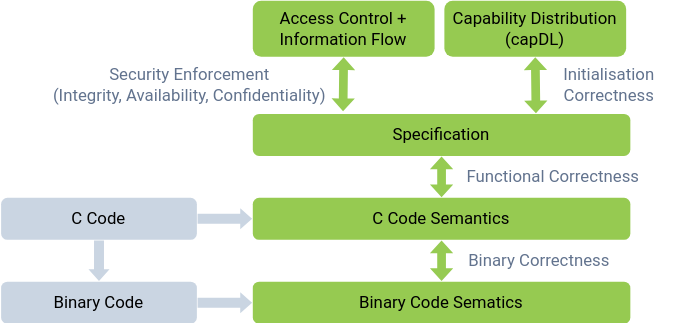
Earlier version of the draw.io export images/tries-shutterstock/proof-stack.drawio.svg (lsf37/website). Source tidied: cells renumbered, new cells last; positions are measured from the earlier drawing's top-left corner, leaving out a move shared by most shapes.
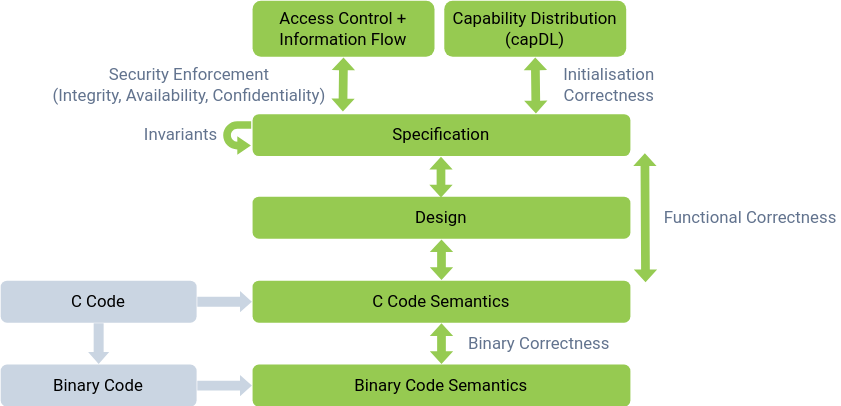
After the change.

Commit message:
proof stack diagram: fix typo and add invs and design

Diff of the diagram source:
```diff
@@ -2,11 +2,11 @@
   <root>
     <mxCell id="0" />
     <mxCell id="1" parent="0" />
-    <mxCell id="2" value="Binary Code Sematics" style="rounded=1;whiteSpace=wrap;html=1;fillColor=light-dark(#96ca51, #5c8c24);strokeColor=none;fontFamily=roboto;" parent="1" vertex="1">
-      <mxGeometry x="180" y="201" width="270" height="30" as="geometry" />
+    <mxCell id="2" value="Binary Code Semantics" style="rounded=1;whiteSpace=wrap;html=1;fillColor=light-dark(#96ca51, #5c8c24);strokeColor=none;fontFamily=roboto;" parent="1" vertex="1">
+      <mxGeometry x="180" y="260" width="270" height="30" as="geometry" />
     </mxCell>
     <mxCell id="3" value="C Code Semantics" style="rounded=1;whiteSpace=wrap;html=1;fillColor=light-dark(#96ca51, #5c8c24);strokeColor=none;fontFamily=roboto;" parent="1" vertex="1">
-      <mxGeometry x="180" y="141" width="270" height="30" as="geometry" />
+      <mxGeometry x="180" y="200" width="270" height="30" as="geometry" />
     </mxCell>
     <mxCell id="4" value="Specification" style="rounded=1;whiteSpace=wrap;html=1;fillColor=light-dark(#96ca51, #5c8c24);strokeColor=none;fontFamily=roboto;" parent="1" vertex="1">
       <mxGeometry x="180" y="81" width="270" height="30" as="geometry" />
@@ -18,16 +18,16 @@
       <mxGeometry x="317" width="130" height="40" as="geometry" />
     </mxCell>
     <mxCell id="7" value="Binary Code" style="rounded=1;whiteSpace=wrap;html=1;fontFamily=roboto;fillColor=light-dark(#CAD5E2,#90A2B9);strokeColor=none;fontColor=light-dark(#000000,#000000);" parent="1" vertex="1">
-      <mxGeometry y="201" width="140" height="30" as="geometry" />
+      <mxGeometry y="260" width="140" height="30" as="geometry" />
     </mxCell>
     <mxCell id="8" value="C Code" style="rounded=1;whiteSpace=wrap;html=1;fontFamily=roboto;fillColor=light-dark(#CAD5E2,#90A2B9);strokeColor=none;fontColor=light-dark(#000000,#000000);" parent="1" vertex="1">
-      <mxGeometry y="141" width="140" height="30" as="geometry" />
+      <mxGeometry y="200" width="140" height="30" as="geometry" />
     </mxCell>
     <mxCell id="9" value="Binary Correctness" style="text;html=1;align=center;verticalAlign=middle;whiteSpace=wrap;rounded=0;fontFamily=roboto;fontColor=light-dark(#62738e, #ededed);" parent="1" vertex="1">
-      <mxGeometry x="330" y="176" width="110" height="20" as="geometry" />
+      <mxGeometry x="330" y="235" width="110" height="20" as="geometry" />
     </mxCell>
     <mxCell id="10" value="Functional Correctness" style="text;html=1;align=center;verticalAlign=middle;whiteSpace=wrap;rounded=0;fontFamily=roboto;fontColor=light-dark(#62738e, #ededed);" parent="1" vertex="1">
-      <mxGeometry x="330" y="116" width="130" height="20" as="geometry" />
+      <mxGeometry x="471" y="145" width="130" height="20" as="geometry" />
     </mxCell>
     <mxCell id="11" value="Initialisation Correctness" style="text;html=1;align=center;verticalAlign=middle;whiteSpace=wrap;rounded=0;fontFamily=roboto;fontColor=light-dark(#62738e, #ededed);" parent="1" vertex="1">
       <mxGeometry x="380" y="45" width="110" height="30" as="geometry" />
@@ -35,8 +35,10 @@
     <mxCell id="12" value="Security Enforcement&lt;div&gt;(Integrity, Availability, Confidentiality)&lt;/div&gt;" style="text;html=1;align=center;verticalAlign=middle;whiteSpace=wrap;rounded=0;fontFamily=roboto;fontColor=light-dark(#62738e, #ededed);" parent="1" vertex="1">
       <mxGeometry x="30" y="40" width="210" height="40" as="geometry" />
     </mxCell>
-    <mxCell id="13" style="shape=flexArrow;endArrow=classic;startArrow=classic;html=1;rounded=0;entryX=0.5;entryY=1;entryDx=0;entryDy=0;fontFamily=roboto;width=6.229508196721312;endSize=2.698360655737705;endWidth=9.43294813222252;startWidth=9.43294813222252;startSize=2.698360655737705;exitX=0.5;exitY=0;exitDx=0;exitDy=0;fillColor=light-dark(#96cb52, #5c8c24);strokeColor=none;" parent="1" edge="1" source="3" target="4">
-      <mxGeometry relative="1" as="geometry" />
+    <mxCell id="13" style="shape=flexArrow;endArrow=classic;startArrow=classic;html=1;rounded=0;entryX=0.5;entryY=1;entryDx=0;entryDy=0;fontFamily=roboto;width=6.229508196721312;endSize=2.698360655737705;endWidth=9.43294813222252;startWidth=9.43294813222252;startSize=2.698360655737705;exitX=0.5;exitY=0;exitDx=0;exitDy=0;fillColor=light-dark(#96cb52, #5c8c24);strokeColor=none;" parent="1" edge="1" source="3">
+      <mxGeometry relative="1" as="geometry">
+        <mxPoint x="315" y="170" as="targetPoint" />
+      </mxGeometry>
     </mxCell>
     <mxCell id="14" style="shape=flexArrow;endArrow=classic;startArrow=classic;html=1;rounded=0;entryX=0.5;entryY=1;entryDx=0;entryDy=0;fontFamily=roboto;width=6.229508196721312;endSize=2.698360655737705;endWidth=9.43294813222252;startWidth=9.43294813222252;startSize=2.698360655737705;exitX=0.5;exitY=0;exitDx=0;exitDy=0;fillColor=light-dark(#96cb52, #5c8c24);strokeColor=none;" parent="1" edge="1" source="2" target="3">
       <mxGeometry relative="1" as="geometry" />
@@ -56,5 +58,26 @@
     <mxCell id="19" style="shape=flexArrow;endArrow=classic;html=1;rounded=0;exitX=1;exitY=0.5;exitDx=0;exitDy=0;entryX=0;entryY=0.5;entryDx=0;entryDy=0;width=7.114093959731544;endSize=2.4966442953020134;endWidth=6.96455114634476;fillColor=light-dark(#CAD5E2,#90A2B9);strokeColor=none;" parent="1" edge="1" source="7" target="2">
       <mxGeometry relative="1" as="geometry" />
     </mxCell>
+    <mxCell id="20" value="Invariants" style="text;html=1;align=center;verticalAlign=middle;whiteSpace=wrap;rounded=0;fontFamily=roboto;fontColor=light-dark(#62738e, #ededed);" parent="1" vertex="1">
+      <mxGeometry x="99" y="86" width="60" height="20" as="geometry" />
+    </mxCell>
+    <mxCell id="21" style="html=1;shadow=0;dashed=0;align=center;verticalAlign=middle;shape=mxgraph.arrows2.uTurnArrow;dy=2.76;arrowHead=13.15;dx2=9.71;flipH=0;flipV=1;strokeColor=none;fillColor=light-dark(#96CB52,#96CB52);" parent="1" vertex="1">
+      <mxGeometry x="159" y="86" width="20" height="24" as="geometry" />
+    </mxCell>
+    <mxCell id="22" value="Design" style="rounded=1;whiteSpace=wrap;html=1;fillColor=light-dark(#96ca51, #5c8c24);strokeColor=none;fontFamily=roboto;" parent="1" vertex="1">
+      <mxGeometry x="180" y="140" width="270" height="30" as="geometry" />
+    </mxCell>
+    <mxCell id="23" style="shape=flexArrow;endArrow=classic;startArrow=classic;html=1;rounded=0;entryX=0.5;entryY=1;entryDx=0;entryDy=0;fontFamily=roboto;width=6.229508196721312;endSize=2.698360655737705;endWidth=9.43294813222252;startWidth=9.43294813222252;startSize=2.698360655737705;exitX=0.5;exitY=0;exitDx=0;exitDy=0;fillColor=light-dark(#96cb52, #5c8c24);strokeColor=none;" parent="1" edge="1">
+      <mxGeometry relative="1" as="geometry">
+        <mxPoint x="314.6" y="141" as="sourcePoint" />
+        <mxPoint x="314.6" y="111" as="targetPoint" />
+      </mxGeometry>
+    </mxCell>
+    <mxCell id="24" style="shape=flexArrow;endArrow=classic;startArrow=classic;html=1;rounded=0;entryX=0.813;entryY=0.895;entryDx=0;entryDy=0;fontFamily=roboto;width=6.229508196721312;endSize=2.698360655737705;endWidth=9.43294813222252;startWidth=9.43294813222252;startSize=2.698360655737705;fillColor=light-dark(#96cb52, #5c8c24);strokeColor=none;entryPerimeter=0;" parent="1" edge="1">
+      <mxGeometry relative="1" as="geometry">
+        <mxPoint x="460.8" y="201.6" as="sourcePoint" />
+        <mxPoint x="460.3" y="108.4" as="targetPoint" />
+      </mxGeometry>
+    </mxCell>
   </root>
 </mxGraphModel>
```
